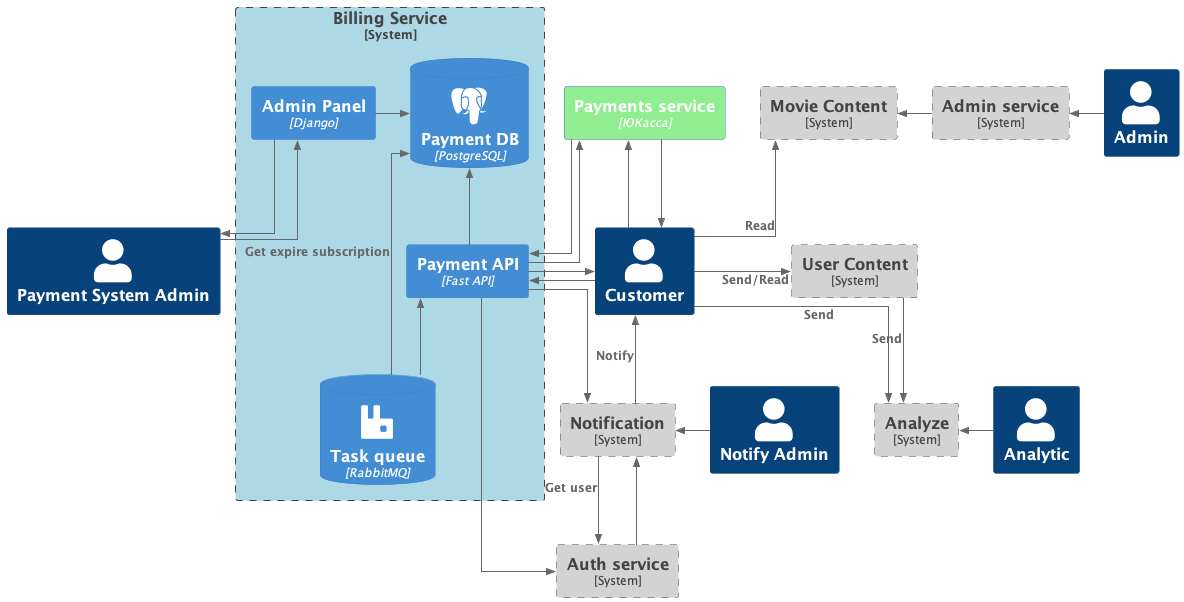
The PlantUML diagram diagrams/to_be-0.png in yandexwork/graduate_work, before a commit. Source of this version:
```plantuml
@startuml to_be
!include https://raw.githubusercontent.com/plantuml-stdlib/C4-PlantUML/master/C4_Container.puml
!define SPRITES https://raw.githubusercontent.com/rabelenda/cicon-plantuml-sprites/v1.0/sprites
!include SPRITES/mongodb.puml
!include SPRITES/kafka.puml
!include SPRITES/postgresql.puml
!include https://gist.githubusercontent.com/likeinlife/3f34e230e0240514fa28bcc1fce1c5b1/raw/457d818dda3ed5e89b491b53cc79fca67579b8a6/gistfile1.txt
!include SPRITES/rabbitmq.puml

skinparam linetype polyline
skinparam linetype ortho


HIDE_STEREOTYPE()

Person(user, "Customer")
Person(admin, "Admin")
Person(notify_admin, "Notify Admin")
Person(analytic, "Analytic")
Person(payment_admin, "Payment System Admin")

AddContainerTag("as_is", $bgColor="lightgrey")
AddBoundaryTag("as_is", $bgColor="lightgrey")
AddBoundaryTag("to_be", $bgColor="lightblue")
AddContainerTag("external_system", $bgColor="lightgreen")

System_Boundary(analyze_system, "Analyze", $tags="as_is")
System_Boundary(content_system, "Movie Content", $tags="as_is")
System_Boundary(notification_system, "Notification", $tags="as_is")
Container(external_paymnent, "Payments service", "ЮКасса", $tags="external_system")
System_Boundary(admin_service, "Admin service", "Django", $tags="as_is")
System_Boundary(auth_service, "Auth service", "FastApi", $tags="as_is")
System_Boundary(user_content_system, "User Content", $tags="as_is")

System_Boundary(payment_system, "Billing Service", $tags="to_be") {
    Container(payment_admin_panel, "Admin Panel", "Django")
    Container(payment_api, "Payment API", "Fast API")
    ContainerDb(payment_db, "Payment DB", "PostgreSQL", $sprite="postgresql")
    ContainerDb(payment_queue, "Task queue", "RabbitMQ", $sprite="rabbitmq")

}


Rel_R(user, analyze_system, "Send")
Rel_U(user, content_system, "Read")
Rel_R(user, user_content_system, "Send/Read")

Rel(user_content_system, analyze_system, "Send")

Rel_L(analytic, analyze_system, " ")

Rel_L(admin, admin_service, " ")
Rel_L(admin_service, content_system, " ")

Rel(auth_service, notification_system, " ")
Rel_L(notify_admin, notification_system, " ")
Rel(notification_system, auth_service, "Get user")
Rel_U(notification_system, user, "Notify")

Rel_U(payment_api, payment_db, " ")
Rel_U(payment_admin, payment_admin_panel, " ")
Rel(payment_admin_panel, payment_admin, " ")
Rel_R(payment_admin_panel, payment_db, " ")
Rel(payment_queue, payment_db, "Get expire subscription")
Rel_U(payment_queue, payment_api, " ")
Rel(payment_api, external_paymnent, " ")
Rel(external_paymnent, payment_api, " ")

Rel(payment_api, user, " ")
Rel(user, payment_api, " ")
Rel_U(user, external_paymnent, " ")
Rel_R(external_paymnent, user, " ")

Rel_U(payment_api, notification_system, " ")
Rel(payment_api, auth_service, " ")

@enduml
```
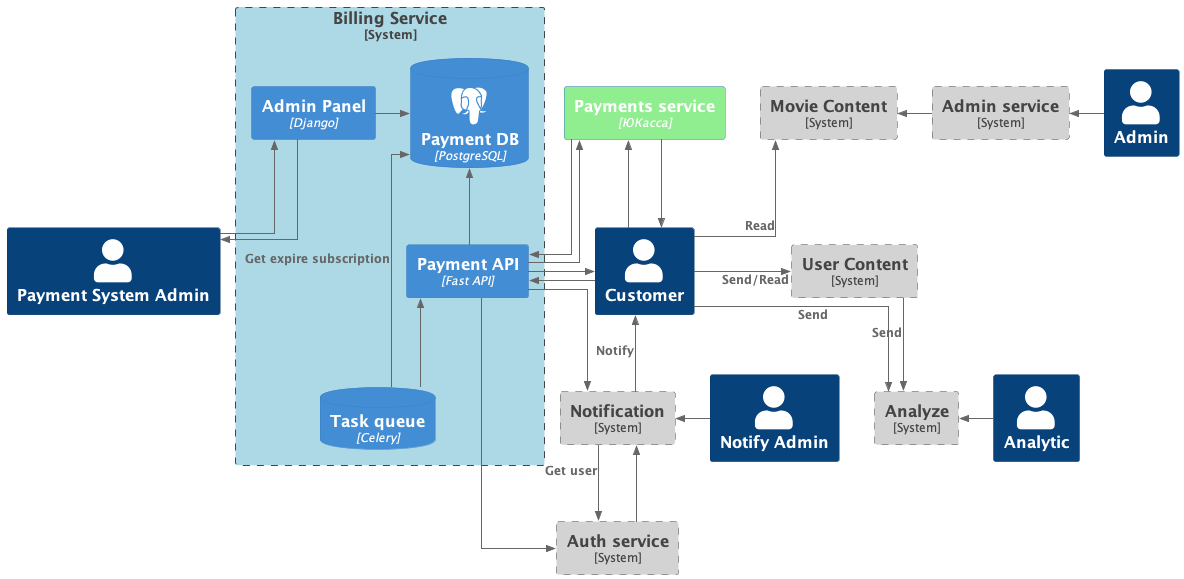
After the commit.

Commit message:
исправлены картинки

Change to the diagram source:
```diff
@@ -5,7 +5,6 @@
 !include SPRITES/kafka.puml
 !include SPRITES/postgresql.puml
 !include https://gist.githubusercontent.com/likeinlife/3f34e230e0240514fa28bcc1fce1c5b1/raw/457d818dda3ed5e89b491b53cc79fca67579b8a6/gistfile1.txt
-!include SPRITES/rabbitmq.puml
 
 skinparam linetype polyline
 skinparam linetype ortho
@@ -36,7 +35,7 @@
     Container(payment_admin_panel, "Admin Panel", "Django")
     Container(payment_api, "Payment API", "Fast API")
     ContainerDb(payment_db, "Payment DB", "PostgreSQL", $sprite="postgresql")
-    ContainerDb(payment_queue, "Task queue", "RabbitMQ", $sprite="rabbitmq")
+    ContainerDb(payment_queue, "Task queue", "Celery")
 
 }
 
```
